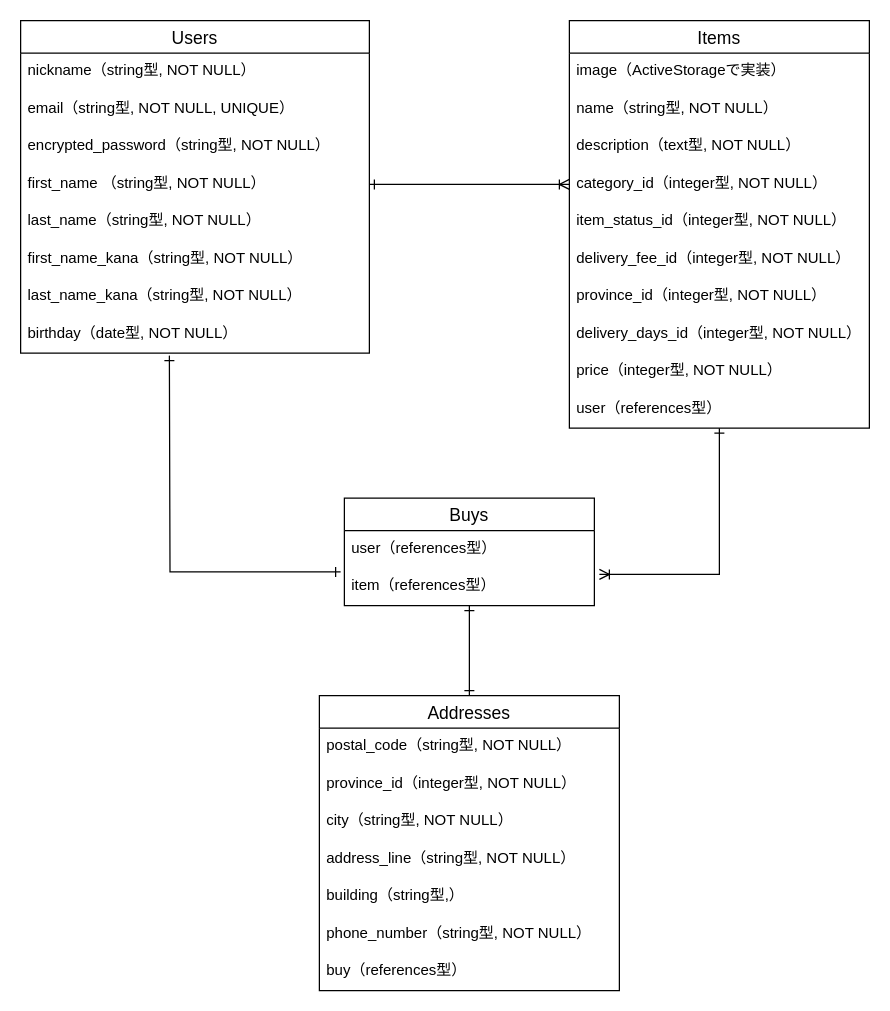
The draw.io diagram furima_er.dio in kobasa-tech/furima-35806, before the edit. Source tidied: cells renumbered, new cells numbered last; positions are measured from the earlier drawing's top-left corner, leaving out a move shared by most shapes. Both pictures are drawn from the tidied source at 125%, with x=0, y=0 at pixel (20, 20).
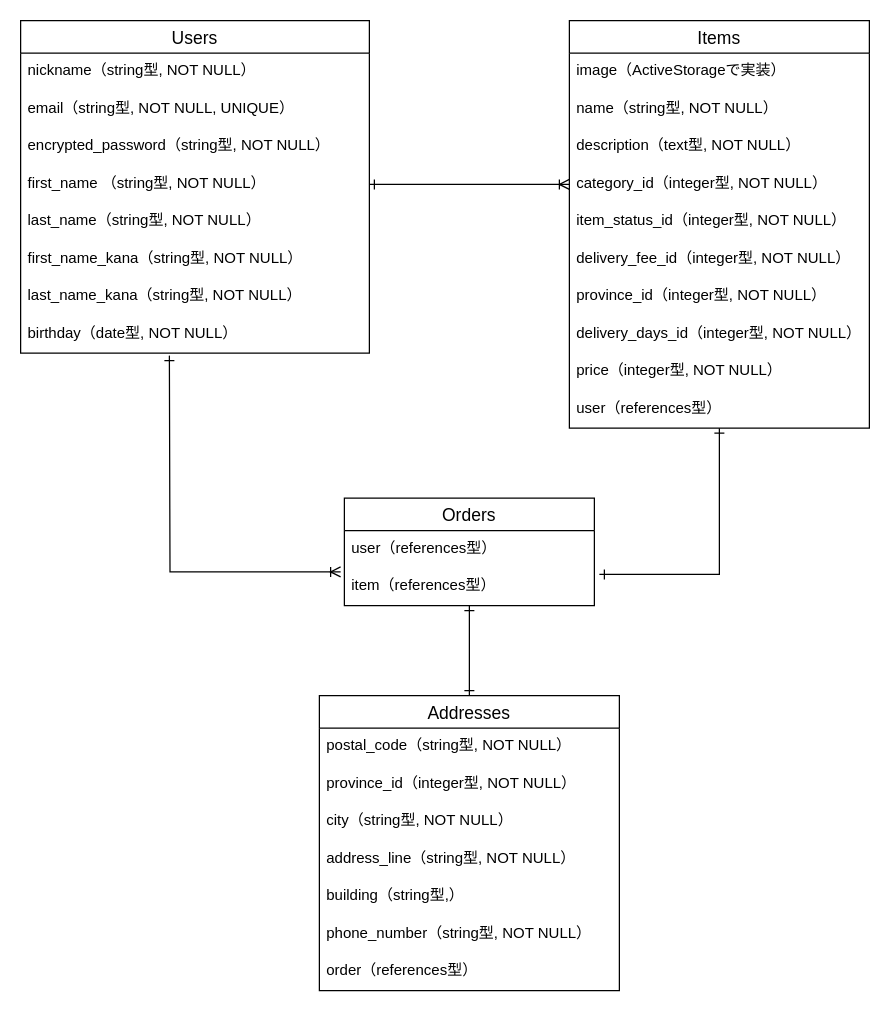
The same diagram, later.

Commit message (it also covers changes not shown here):
READMEとER図の修正

The change refers to these unchanged cells:
```xml
<mxCell id="12" value="Items" style="swimlane;fontStyle=0;horizontal=1;startSize=26;align=center;fontSize=14;" parent="1" vertex="1">
  <mxGeometry x="439" width="240" height="326" as="geometry" />
</mxCell>
<mxCell id="26" value="item（references型）" style="text;strokeColor=none;fillColor=none;spacingLeft=4;spacingRight=4;overflow=hidden;points=[[0,0.5],[1,0.5]];portConstraint=eastwest;fontSize=12;" parent="24" vertex="1">
  <mxGeometry y="56" width="200" height="30" as="geometry" />
</mxCell>
<mxCell id="27" value="Addresses" style="swimlane;fontStyle=0;horizontal=1;startSize=26;align=center;fontSize=14;" parent="1" vertex="1">
  <mxGeometry x="239" y="540" width="240" height="236" as="geometry" />
</mxCell>
```

Diff of the diagram source:
```diff
@@
-    <mxCell id="11" style="edgeStyle=orthogonalEdgeStyle;rounded=0;jettySize=auto;html=1;entryX=1.02;entryY=0.167;entryDx=0;entryDy=0;entryPerimeter=0;startArrow=ERone;startFill=0;endArrow=ERoneToMany;endFill=0;" parent="1" edge="1" source="12" target="26">
+    <mxCell id="11" style="edgeStyle=orthogonalEdgeStyle;rounded=0;jettySize=auto;html=1;entryX=1.02;entryY=0.167;entryDx=0;entryDy=0;entryPerimeter=0;startArrow=ERone;startFill=0;endArrow=ERone;endFill=0;" parent="1" edge="1" source="12" target="26">
       <mxGeometry relative="1" as="geometry" />
     </mxCell>
@@
-    <mxCell id="24" value="Buys" style="swimlane;fontStyle=0;horizontal=1;startSize=26;align=center;fontSize=14;" parent="1" vertex="1">
+    <mxCell id="24" value="Orders" style="swimlane;fontStyle=0;horizontal=1;startSize=26;align=center;fontSize=14;" parent="1" vertex="1">
       <mxGeometry x="259" y="382" width="200" height="86" as="geometry" />
     </mxCell>
@@
-    <mxCell id="34" value="buy（references型）" style="text;strokeColor=none;fillColor=none;spacingLeft=4;spacingRight=4;overflow=hidden;fontSize=12;" parent="27" vertex="1">
+    <mxCell id="34" value="order（references型）" style="text;strokeColor=none;fillColor=none;spacingLeft=4;spacingRight=4;overflow=hidden;fontSize=12;" parent="27" vertex="1">
       <mxGeometry y="206" width="240" height="30" as="geometry" />
     </mxCell>
@@
-    <mxCell id="36" style="edgeStyle=orthogonalEdgeStyle;rounded=0;jettySize=auto;html=1;entryX=-0.015;entryY=0.1;entryDx=0;entryDy=0;entryPerimeter=0;startArrow=ERone;startFill=0;endArrow=ERone;endFill=0;" parent="1" edge="1" target="26">
+    <mxCell id="36" style="edgeStyle=orthogonalEdgeStyle;rounded=0;jettySize=auto;html=1;entryX=-0.015;entryY=0.1;entryDx=0;entryDy=0;entryPerimeter=0;startArrow=ERone;startFill=0;endArrow=ERoneToMany;endFill=0;" parent="1" edge="1" target="26">
       <mxGeometry relative="1" as="geometry">
         <mxPoint x="119" y="268" as="sourcePoint" />
       </mxGeometry>
     </mxCell>
```
